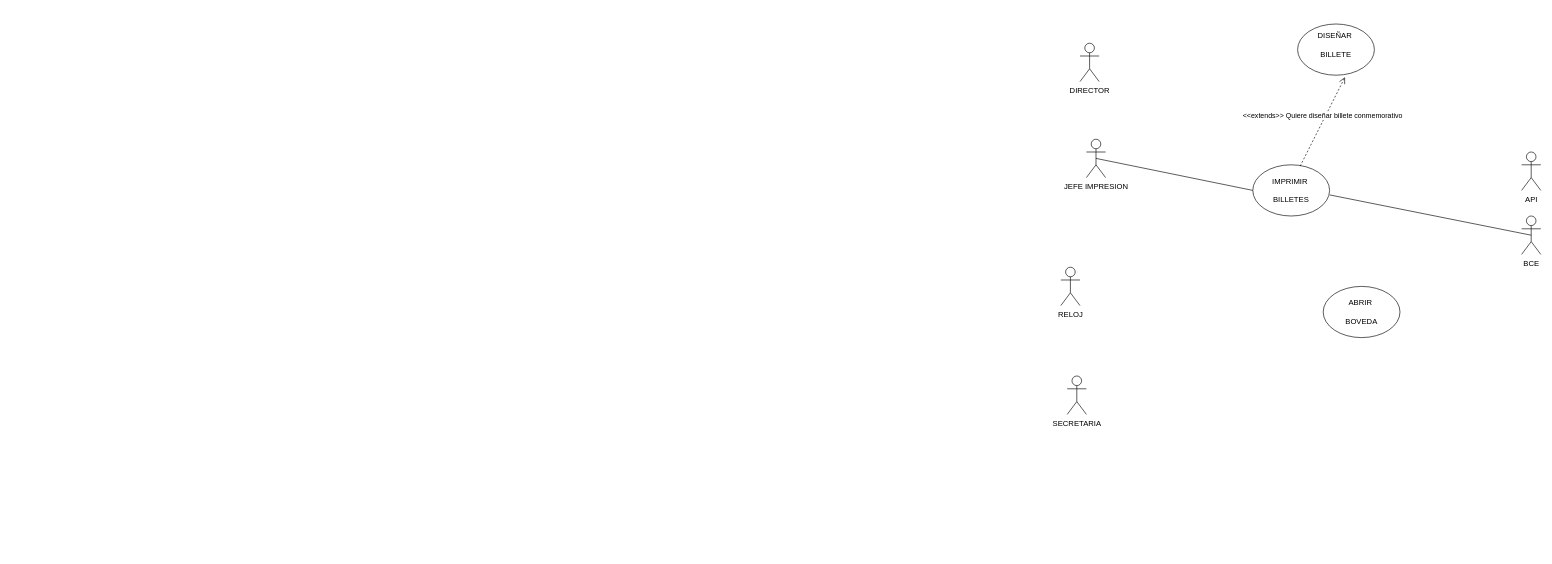
Jeep12/Metodologias keeps this draw.io diagram as D Casos de uso/EJ1.drawio. Above is the earlier version. Source tidied: cells renumbered, new cells numbered last; positions are measured from the earlier drawing's top-left corner, leaving out a move shared by most shapes. Both pictures are drawn from the tidied source at 64%, with x=0, y=0 at pixel (1060, 24).
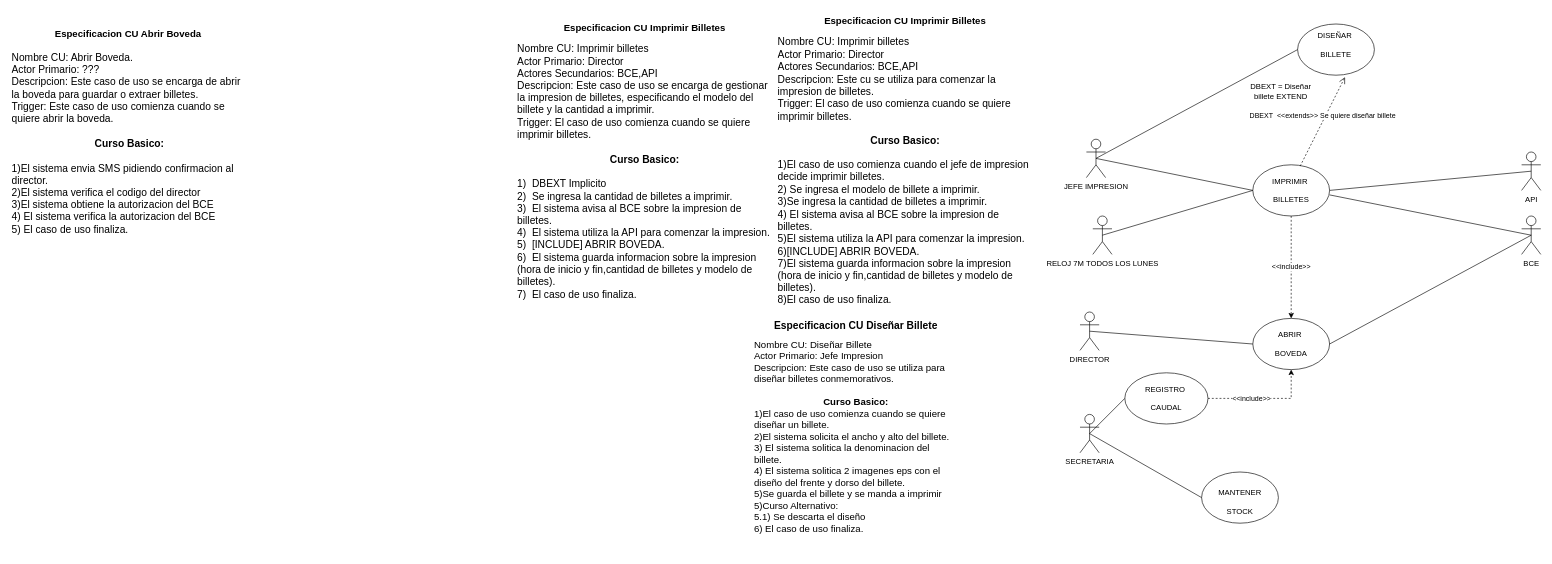
The same page after the edit.

Unchanged cells that the change refers to:
```xml
<mxCell id="3" value="IMPRIMIR&amp;nbsp;&lt;div&gt;&lt;br&gt;&lt;/div&gt;&lt;div&gt;BILLETES&lt;/div&gt;" style="ellipse;whiteSpace=wrap;html=1;" parent="1" vertex="1">
  <mxGeometry x="300" y="220" width="120" height="80" as="geometry" />
</mxCell>
<mxCell id="5" value="DISEÑAR&amp;nbsp;&lt;div&gt;&lt;br&gt;&lt;/div&gt;&lt;div&gt;BILLETE&lt;/div&gt;&lt;div&gt;&lt;br&gt;&lt;/div&gt;" style="ellipse;whiteSpace=wrap;html=1;" parent="1" vertex="1">
  <mxGeometry x="370" width="120" height="80" as="geometry" />
</mxCell>
<mxCell id="8" value="JEFE IMPRESION" style="shape=umlActor;verticalLabelPosition=bottom;verticalAlign=top;html=1;outlineConnect=0;" parent="1" vertex="1">
  <mxGeometry x="40" y="180" width="30" height="60" as="geometry" />
</mxCell>
<mxCell id="12" value="API&lt;div&gt;&lt;br&gt;&lt;/div&gt;" style="shape=umlActor;verticalLabelPosition=bottom;verticalAlign=top;html=1;" parent="1" vertex="1">
  <mxGeometry x="720" y="200" width="30" height="60" as="geometry" />
</mxCell>
<mxCell id="13" value="BCE" style="shape=umlActor;verticalLabelPosition=bottom;verticalAlign=top;html=1;" parent="1" vertex="1">
  <mxGeometry x="720" y="300" width="30" height="60" as="geometry" />
</mxCell>
```

The edit, as a diff of the source:
```diff
@@
+    <mxCell id="15" value="&amp;lt;&amp;lt;include&amp;gt;&amp;gt;" style="edgeStyle=orthogonalEdgeStyle;rounded=0;jettySize=auto;html=1;entryX=0.5;entryY=0;entryDx=0;entryDy=0;dashed=1;exitX=0.5;exitY=1;exitDx=0;exitDy=0;" parent="1" edge="1" source="3" target="4">
+      <mxGeometry relative="1" as="geometry" />
+    </mxCell>
     <mxCell id="4" value="ABRIR&amp;nbsp;&lt;div&gt;&lt;br&gt;&lt;div&gt;BOVEDA&lt;/div&gt;&lt;/div&gt;" style="ellipse;whiteSpace=wrap;html=1;" parent="1" vertex="1">
-      <mxGeometry x="410" y="410" width="120" height="80" as="geometry" />
+      <mxGeometry x="300" y="460" width="120" height="80" as="geometry" />
     </mxCell>
@@
     <mxCell id="6" value="SECRETARIA&lt;div&gt;&lt;br&gt;&lt;/div&gt;" style="shape=umlActor;verticalLabelPosition=bottom;verticalAlign=top;html=1;outlineConnect=0;" parent="1" vertex="1">
-      <mxGeometry x="10" y="550" width="30" height="60" as="geometry" />
+      <mxGeometry x="30" y="610" width="30" height="60" as="geometry" />
     </mxCell>
     <mxCell id="7" value="DIRECTOR&lt;div&gt;&lt;br&gt;&lt;/div&gt;" style="shape=umlActor;verticalLabelPosition=bottom;verticalAlign=top;html=1;outlineConnect=0;" parent="1" vertex="1">
-      <mxGeometry x="30" y="30" width="30" height="60" as="geometry" />
+      <mxGeometry x="30" y="450" width="30" height="60" as="geometry" />
     </mxCell>
@@
-    <mxCell id="9" value="RELOJ&lt;div&gt;&lt;br&gt;&lt;/div&gt;" style="shape=umlActor;verticalLabelPosition=bottom;verticalAlign=top;html=1;outlineConnect=0;" parent="1" vertex="1">
-      <mxGeometry y="380" width="30" height="60" as="geometry" />
+    <mxCell id="9" value="RELOJ 7M TODOS LOS LUNES" style="shape=umlActor;verticalLabelPosition=bottom;verticalAlign=top;html=1;outlineConnect=0;" parent="1" vertex="1">
+      <mxGeometry x="50" y="300" width="30" height="60" as="geometry" />
     </mxCell>
@@
-    <mxCell id="11" value="&amp;lt;&amp;lt;extends&amp;gt;&amp;gt; Quiere diseñar billete conmemorativo" style="html=1;verticalAlign=bottom;endArrow=open;dashed=1;endSize=8;curved=0;rounded=0;entryX=0.617;entryY=1.038;entryDx=0;entryDy=0;entryPerimeter=0;exitX=0.617;exitY=0.025;exitDx=0;exitDy=0;exitPerimeter=0;" parent="1" edge="1" source="3" target="5">
+    <mxCell id="11" value="DBEXT&amp;nbsp; &amp;lt;&amp;lt;extends&amp;gt;&amp;gt; Se quiere diseñar billete" style="html=1;verticalAlign=bottom;endArrow=open;dashed=1;endSize=8;curved=0;rounded=0;entryX=0.617;entryY=1.038;entryDx=0;entryDy=0;entryPerimeter=0;exitX=0.617;exitY=0.025;exitDx=0;exitDy=0;exitPerimeter=0;" parent="1" edge="1" source="3" target="5">
       <mxGeometry relative="1" as="geometry" />
     </mxCell>
@@
+    <mxCell id="16" style="endArrow=none;html=1;rounded=0;entryX=0.5;entryY=0.5;entryDx=0;entryDy=0;entryPerimeter=0;exitX=1;exitY=0.5;exitDx=0;exitDy=0;" parent="1" edge="1" source="3" target="12">
+      <mxGeometry relative="1" as="geometry" />
+    </mxCell>
+    <mxCell id="17" style="endArrow=none;html=1;rounded=0;exitX=0.5;exitY=0.5;exitDx=0;exitDy=0;exitPerimeter=0;entryX=0;entryY=0.5;entryDx=0;entryDy=0;" parent="1" edge="1" source="9" target="3">
+      <mxGeometry relative="1" as="geometry" />
+    </mxCell>
+    <mxCell id="18" style="endArrow=none;html=1;rounded=0;exitX=0.5;exitY=0.5;exitDx=0;exitDy=0;exitPerimeter=0;entryX=0;entryY=0.5;entryDx=0;entryDy=0;" parent="1" edge="1" source="7" target="4">
+      <mxGeometry relative="1" as="geometry" />
+    </mxCell>
+    <mxCell id="19" style="endArrow=none;html=1;rounded=0;entryX=0.5;entryY=0.5;entryDx=0;entryDy=0;entryPerimeter=0;exitX=1;exitY=0.5;exitDx=0;exitDy=0;" parent="1" edge="1" source="4" target="13">
+      <mxGeometry relative="1" as="geometry" />
+    </mxCell>
+    <mxCell id="20" style="endArrow=none;html=1;rounded=0;exitX=0.5;exitY=0.5;exitDx=0;exitDy=0;exitPerimeter=0;entryX=0;entryY=0.5;entryDx=0;entryDy=0;" parent="1" edge="1" source="8" target="5">
+      <mxGeometry relative="1" as="geometry" />
+    </mxCell>
+    <mxCell id="21" value="&amp;lt;&amp;lt;include&amp;gt;&amp;gt;" style="edgeStyle=orthogonalEdgeStyle;rounded=0;jettySize=auto;html=1;entryX=0.5;entryY=1;entryDx=0;entryDy=0;dashed=1;" parent="1" edge="1" source="22" target="4">
+      <mxGeometry x="-0.22" relative="1" as="geometry" />
+    </mxCell>
+    <mxCell id="22" value="REGISTRO&amp;nbsp;&lt;div&gt;&lt;br&gt;&lt;/div&gt;&lt;div&gt;CAUDAL&lt;/div&gt;" style="ellipse;whiteSpace=wrap;html=1;" parent="1" vertex="1">
+      <mxGeometry x="100" y="545" width="130" height="80" as="geometry" />
+    </mxCell>
+    <mxCell id="23" value="&lt;div&gt;&lt;br&gt;&lt;/div&gt;&lt;div&gt;MANTENER&lt;/div&gt;&lt;div&gt;&lt;br&gt;&lt;/div&gt;&lt;div&gt;STOCK&lt;/div&gt;" style="ellipse;whiteSpace=wrap;html=1;" parent="1" vertex="1">
+      <mxGeometry x="220" y="700" width="120" height="80" as="geometry" />
+    </mxCell>
+    <mxCell id="24" value="&lt;font style=&quot;font-size: 15px;&quot;&gt;&lt;b&gt;Especificacion CU Imprimir Billetes&lt;/b&gt;&lt;/font&gt;&lt;div style=&quot;text-align: left;&quot;&gt;&lt;br&gt;&lt;/div&gt;&lt;div style=&quot;text-align: left;&quot;&gt;&lt;font style=&quot;font-size: 16px;&quot;&gt;Nombre CU: Imprimir billetes&lt;/font&gt;&lt;/div&gt;&lt;div style=&quot;text-align: left;&quot;&gt;&lt;font style=&quot;font-size: 16px;&quot;&gt;Actor Primario: Director&lt;/font&gt;&lt;/div&gt;&lt;div style=&quot;text-align: left;&quot;&gt;&lt;span style=&quot;font-size: 16px;&quot;&gt;Actores Secundarios: BCE,API&lt;/span&gt;&lt;/div&gt;&lt;div style=&quot;text-align: left;&quot;&gt;&lt;span style=&quot;font-size: 16px;&quot;&gt;Descripcion: Este cu se utiliza para comenzar la impresion de billetes.&lt;/span&gt;&lt;/div&gt;&lt;div style=&quot;text-align: left;&quot;&gt;&lt;span style=&quot;font-size: 16px;&quot;&gt;Trigger: El caso de uso comienza cuando se quiere imprimir billetes.&lt;/span&gt;&lt;/div&gt;&lt;div style=&quot;text-align: left;&quot;&gt;&lt;span style=&quot;font-size: 16px;&quot;&gt;&lt;br&gt;&lt;/span&gt;&lt;/div&gt;&lt;div style=&quot;&quot;&gt;&lt;span style=&quot;font-size: 16px;&quot;&gt;&lt;b&gt;Curso Basico:&lt;/b&gt;&lt;/span&gt;&lt;/div&gt;&lt;div style=&quot;&quot;&gt;&lt;span style=&quot;font-size: 16px;&quot;&gt;&lt;b&gt;&lt;br&gt;&lt;/b&gt;&lt;/span&gt;&lt;/div&gt;&lt;div style=&quot;text-align: left;&quot;&gt;&lt;span style=&quot;font-size: 16px;&quot;&gt;1)El caso de uso comienza cuando el jefe de impresion decide imprimir billetes.&lt;/span&gt;&lt;/div&gt;&lt;div style=&quot;text-align: left;&quot;&gt;&lt;span style=&quot;font-size: 16px;&quot;&gt;2) Se ingresa el modelo de billete a imprimir.&lt;/span&gt;&lt;/div&gt;&lt;div style=&quot;text-align: left;&quot;&gt;&lt;span style=&quot;font-size: 16px;&quot;&gt;3)Se ingresa la cantidad de billetes a imprimir.&lt;/span&gt;&lt;/div&gt;&lt;div style=&quot;text-align: left;&quot;&gt;&lt;span style=&quot;font-size: 16px;&quot;&gt;4) El sistema avisa al BCE sobre la impresion de billetes.&lt;/span&gt;&lt;/div&gt;&lt;div style=&quot;text-align: left;&quot;&gt;&lt;span style=&quot;font-size: 16px;&quot;&gt;5)El sistema utiliza la API para comenzar la impresion.&lt;/span&gt;&lt;/div&gt;&lt;div style=&quot;text-align: left;&quot;&gt;&lt;span style=&quot;font-size: 16px;&quot;&gt;6)[INCLUDE] ABRIR BOVEDA.&lt;/span&gt;&lt;/div&gt;&lt;div style=&quot;text-align: left;&quot;&gt;&lt;span style=&quot;font-size: 16px;&quot;&gt;7)El sistema guarda informacion sobre la impresion&amp;nbsp;&lt;/span&gt;&lt;/div&gt;&lt;div style=&quot;text-align: left;&quot;&gt;&lt;span style=&quot;font-size: 16px;&quot;&gt;(hora de inicio y fin,cantidad de billetes y modelo de billetes).&lt;/span&gt;&lt;/div&gt;&lt;div style=&quot;text-align: left;&quot;&gt;&lt;span style=&quot;font-size: 16px;&quot;&gt;8)El caso de uso finaliza.&lt;/span&gt;&lt;/div&gt;&lt;div style=&quot;text-align: left;&quot;&gt;&lt;br&gt;&lt;/div&gt;" style="text;html=1;whiteSpace=wrap;overflow=hidden;rounded=0;align=center;" parent="1" vertex="1">
+      <mxGeometry x="-443" y="-20" width="400" height="460" as="geometry" />
+    </mxCell>
+    <mxCell id="25" style="endArrow=none;html=1;rounded=0;exitX=0.5;exitY=0.5;exitDx=0;exitDy=0;exitPerimeter=0;entryX=0;entryY=0.5;entryDx=0;entryDy=0;" parent="1" edge="1" source="6" target="23">
+      <mxGeometry relative="1" as="geometry" />
+    </mxCell>
+    <mxCell id="26" style="endArrow=none;html=1;rounded=0;exitX=0.5;exitY=0.5;exitDx=0;exitDy=0;exitPerimeter=0;entryX=0;entryY=0.5;entryDx=0;entryDy=0;" parent="1" edge="1" source="6" target="22">
+      <mxGeometry relative="1" as="geometry" />
+    </mxCell>
+    <mxCell id="27" value="&lt;h1 style=&quot;margin-top: 0px; font-size: 16px;&quot;&gt;Especificacion CU Diseñar Billete&lt;/h1&gt;&lt;div style=&quot;text-align: left; font-size: 15px;&quot;&gt;Nombre CU: Diseñar Billete&lt;/div&gt;&lt;div style=&quot;text-align: left; font-size: 15px;&quot;&gt;Actor Primario: Jefe Impresion&lt;/div&gt;&lt;div style=&quot;text-align: left; font-size: 15px;&quot;&gt;Descripcion: Este caso de uso se utiliza para diseñar billetes conmemorativos.&lt;/div&gt;&lt;div style=&quot;text-align: left; font-size: 15px;&quot;&gt;&lt;br&gt;&lt;/div&gt;&lt;div style=&quot;font-size: 15px;&quot;&gt;&lt;b&gt;Curso Basico:&lt;/b&gt;&lt;/div&gt;&lt;div style=&quot;text-align: left; font-size: 15px;&quot;&gt;1)El caso de uso comienza cuando se quiere diseñar un billete.&lt;/div&gt;&lt;div style=&quot;text-align: left; font-size: 15px;&quot;&gt;2)El sistema solicita el ancho y alto del billete.&lt;/div&gt;&lt;div style=&quot;text-align: left; font-size: 15px;&quot;&gt;3) El sistema solitica la denominacion del billete.&lt;/div&gt;&lt;div style=&quot;text-align: left; font-size: 15px;&quot;&gt;4) El sistema solitica 2 imagenes eps con el diseño del frente y dorso del billete.&lt;/div&gt;&lt;div style=&quot;text-align: left; font-size: 15px;&quot;&gt;5)Se guarda el billete y se manda a imprimir&lt;/div&gt;&lt;div style=&quot;text-align: left; font-size: 15px;&quot;&gt;5)Curso Alternativo:&lt;/div&gt;&lt;div style=&quot;text-align: left; font-size: 15px;&quot;&gt;5.1) Se descarta el diseño&lt;/div&gt;&lt;div style=&quot;text-align: left; font-size: 15px;&quot;&gt;6) El caso de uso finaliza.&lt;/div&gt;&lt;div style=&quot;text-align: left; font-size: 15px;&quot;&gt;&lt;br&gt;&lt;/div&gt;&lt;div style=&quot;font-size: 15px;&quot;&gt;&lt;br&gt;&lt;/div&gt;&lt;div style=&quot;text-align: left; font-size: 15px;&quot;&gt;&lt;br&gt;&lt;/div&gt;" style="text;html=1;whiteSpace=wrap;overflow=hidden;rounded=0;align=center;" parent="1" vertex="1">
+      <mxGeometry x="-480" y="455" width="320" height="370" as="geometry" />
+    </mxCell>
+    <mxCell id="28" value="DBEXT = Diseñar billete EXTEND" style="text;html=1;align=center;verticalAlign=middle;whiteSpace=wrap;rounded=0;" parent="1" vertex="1">
+      <mxGeometry x="279" y="90" width="130" height="30" as="geometry" />
+    </mxCell>
+    <mxCell id="29" value="&lt;font style=&quot;font-size: 15px;&quot;&gt;&lt;b&gt;Especificacion CU Imprimir Billetes&lt;/b&gt;&lt;/font&gt;&lt;div style=&quot;text-align: left;&quot;&gt;&lt;br&gt;&lt;/div&gt;&lt;div style=&quot;text-align: left;&quot;&gt;&lt;font style=&quot;font-size: 16px;&quot;&gt;Nombre CU: Imprimir billetes&lt;/font&gt;&lt;/div&gt;&lt;div style=&quot;text-align: left;&quot;&gt;&lt;font style=&quot;font-size: 16px;&quot;&gt;Actor Primario: Director&lt;/font&gt;&lt;/div&gt;&lt;div style=&quot;text-align: left;&quot;&gt;&lt;span style=&quot;font-size: 16px;&quot;&gt;Actores Secundarios: BCE,API&lt;/span&gt;&lt;/div&gt;&lt;div style=&quot;text-align: left;&quot;&gt;&lt;span style=&quot;font-size: 16px;&quot;&gt;Descripcion: Este caso de uso se encarga de gestionar la impresion de billetes, especificando el modelo del billete y la cantidad a imprimir.&lt;/span&gt;&lt;/div&gt;&lt;div style=&quot;text-align: left;&quot;&gt;&lt;span style=&quot;font-size: 16px;&quot;&gt;Trigger: El caso de uso comienza cuando se quiere imprimir billetes.&lt;/span&gt;&lt;/div&gt;&lt;div style=&quot;text-align: left;&quot;&gt;&lt;span style=&quot;font-size: 16px;&quot;&gt;&lt;br&gt;&lt;/span&gt;&lt;/div&gt;&lt;div style=&quot;&quot;&gt;&lt;span style=&quot;font-size: 16px;&quot;&gt;&lt;b&gt;Curso Basico:&lt;/b&gt;&lt;/span&gt;&lt;/div&gt;&lt;div style=&quot;&quot;&gt;&lt;span style=&quot;font-size: 16px;&quot;&gt;&lt;b&gt;&lt;br&gt;&lt;/b&gt;&lt;/span&gt;&lt;/div&gt;&lt;div style=&quot;text-align: left;&quot;&gt;&lt;span style=&quot;font-size: 16px;&quot;&gt;1)&amp;nbsp; DBEXT Implicito&lt;/span&gt;&lt;/div&gt;&lt;div style=&quot;text-align: left;&quot;&gt;&lt;span style=&quot;font-size: 16px; background-color: initial;&quot;&gt;2)&amp;nbsp; Se ingresa la cantidad de billetes a imprimir.&lt;/span&gt;&lt;br&gt;&lt;/div&gt;&lt;div style=&quot;text-align: left;&quot;&gt;&lt;span style=&quot;font-size: 16px;&quot;&gt;3)&amp;nbsp; El sistema avisa al BCE sobre la impresion de billetes.&lt;/span&gt;&lt;/div&gt;&lt;div style=&quot;text-align: left;&quot;&gt;&lt;span style=&quot;font-size: 16px;&quot;&gt;4)&amp;nbsp; El sistema utiliza la API para comenzar la impresion.&lt;/span&gt;&lt;/div&gt;&lt;div style=&quot;text-align: left;&quot;&gt;&lt;span style=&quot;font-size: 16px;&quot;&gt;5)&amp;nbsp; [INCLUDE] ABRIR BOVEDA.&lt;/span&gt;&lt;/div&gt;&lt;div style=&quot;text-align: left;&quot;&gt;&lt;span style=&quot;font-size: 16px;&quot;&gt;6)&amp;nbsp; El sistema guarda informacion sobre la impresion&amp;nbsp;&lt;/span&gt;&lt;/div&gt;&lt;div style=&quot;text-align: left;&quot;&gt;&lt;span style=&quot;font-size: 16px;&quot;&gt;(hora de inicio y fin,cantidad de billetes y modelo de billetes).&lt;/span&gt;&lt;/div&gt;&lt;div style=&quot;text-align: left;&quot;&gt;&lt;span style=&quot;font-size: 16px;&quot;&gt;7)&amp;nbsp; El caso de uso finaliza.&lt;/span&gt;&lt;/div&gt;&lt;div style=&quot;text-align: left;&quot;&gt;&lt;br&gt;&lt;/div&gt;" style="text;html=1;whiteSpace=wrap;overflow=hidden;rounded=0;align=center;" parent="1" vertex="1">
+      <mxGeometry x="-850" y="-10" width="400" height="460" as="geometry" />
+    </mxCell>
+    <mxCell id="30" value="&lt;span style=&quot;font-size: 15px;&quot;&gt;&lt;b&gt;Especificacion CU Abrir Boveda&amp;nbsp;&lt;/b&gt;&lt;/span&gt;&lt;div&gt;&lt;span style=&quot;font-size: 15px;&quot;&gt;&lt;b&gt;&lt;br&gt;&lt;/b&gt;&lt;/span&gt;&lt;/div&gt;&lt;div style=&quot;text-align: left; font-size: 16px;&quot;&gt;&lt;font style=&quot;font-size: 16px;&quot;&gt;Nombre CU: Abrir Boveda.&lt;/font&gt;&lt;/div&gt;&lt;div style=&quot;text-align: left; font-size: 16px;&quot;&gt;&lt;font style=&quot;font-size: 16px;&quot;&gt;Actor Primario: ???&lt;/font&gt;&lt;/div&gt;&lt;div style=&quot;text-align: left; font-size: 16px;&quot;&gt;&lt;font style=&quot;font-size: 16px;&quot;&gt;Descripcion: Este caso de uso se encarga de abrir la boveda para guardar o extraer billetes.&lt;/font&gt;&lt;/div&gt;&lt;div style=&quot;text-align: left; font-size: 16px;&quot;&gt;&lt;font style=&quot;font-size: 16px;&quot;&gt;Trigger: Este caso de uso comienza cuando se quiere abrir la boveda.&lt;/font&gt;&lt;/div&gt;&lt;div style=&quot;text-align: left; font-size: 16px;&quot;&gt;&lt;font style=&quot;font-size: 16px;&quot;&gt;&lt;br&gt;&lt;/font&gt;&lt;/div&gt;&lt;div style=&quot;font-size: 16px;&quot;&gt;&lt;b&gt;&lt;font style=&quot;font-size: 16px;&quot;&gt;Curso Basico:&lt;/font&gt;&lt;/b&gt;&lt;/div&gt;&lt;div style=&quot;font-size: 16px;&quot;&gt;&lt;font style=&quot;font-size: 16px;&quot;&gt;&lt;br&gt;&lt;/font&gt;&lt;/div&gt;&lt;div style=&quot;text-align: left; font-size: 16px;&quot;&gt;&lt;font style=&quot;font-size: 16px;&quot;&gt;1)El sistema envia SMS pidiendo confirmacion al director.&lt;/font&gt;&lt;/div&gt;&lt;div style=&quot;text-align: left; font-size: 16px;&quot;&gt;&lt;font style=&quot;font-size: 16px;&quot;&gt;2)El sistema verifica el codigo del director&lt;/font&gt;&lt;/div&gt;&lt;div style=&quot;text-align: left; font-size: 16px;&quot;&gt;&lt;font style=&quot;font-size: 16px;&quot;&gt;3)El sistema obtiene la autorizacion del BCE&amp;nbsp;&lt;/font&gt;&lt;/div&gt;&lt;div style=&quot;text-align: left; font-size: 16px;&quot;&gt;&lt;font style=&quot;font-size: 16px;&quot;&gt;4) El sistema verifica la&amp;nbsp;autorizacion&amp;nbsp;del BCE&lt;/font&gt;&lt;/div&gt;&lt;div style=&quot;text-align: left; font-size: 16px;&quot;&gt;&lt;font style=&quot;font-size: 16px;&quot;&gt;5) El caso de uso finaliza.&lt;/font&gt;&lt;/div&gt;" style="text;html=1;whiteSpace=wrap;overflow=hidden;rounded=0;align=center;" parent="1" vertex="1">
+      <mxGeometry x="-1640" width="370" height="380" as="geometry" />
+    </mxCell>
```
